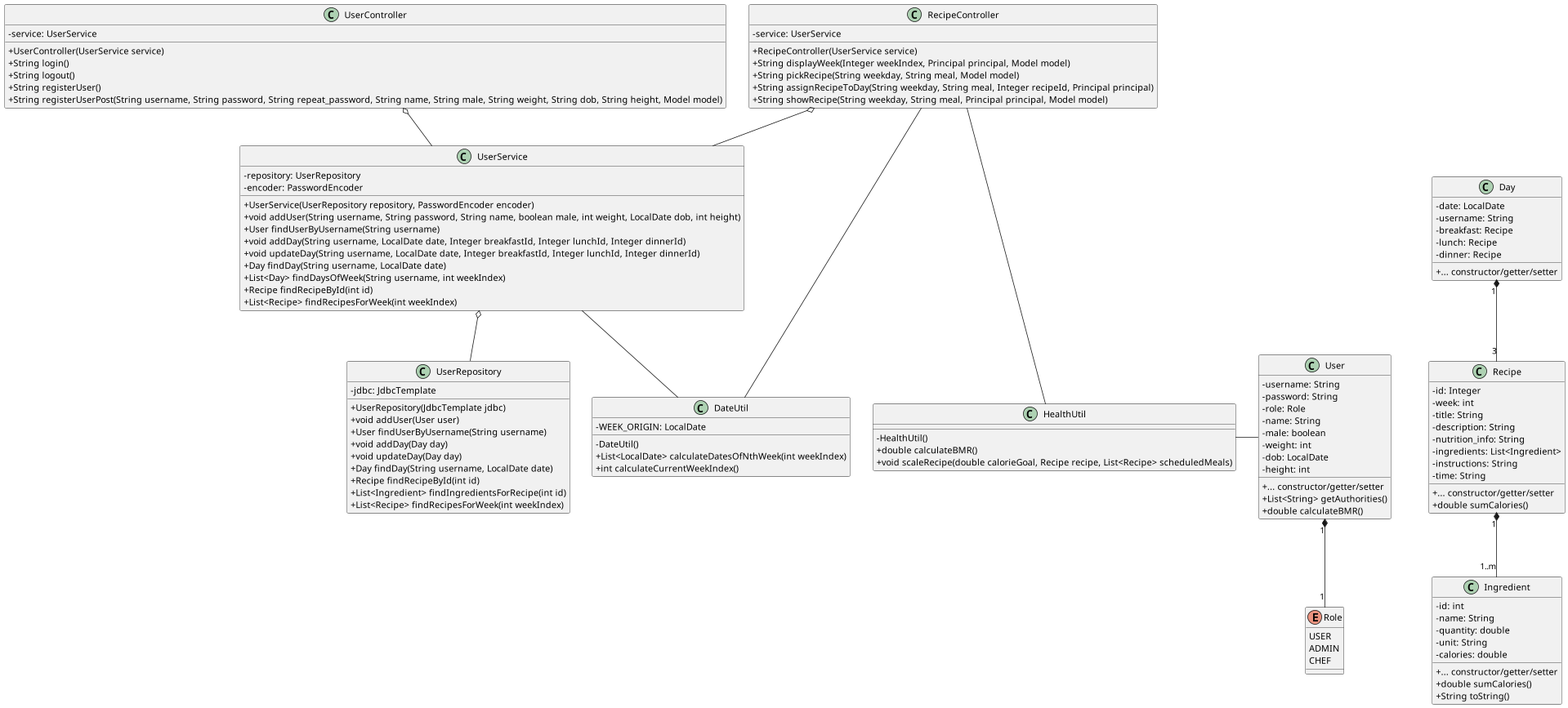
This is diagram/class-diagram.png from sofush/kostplan, a PlantUML export, as it was before one commit.
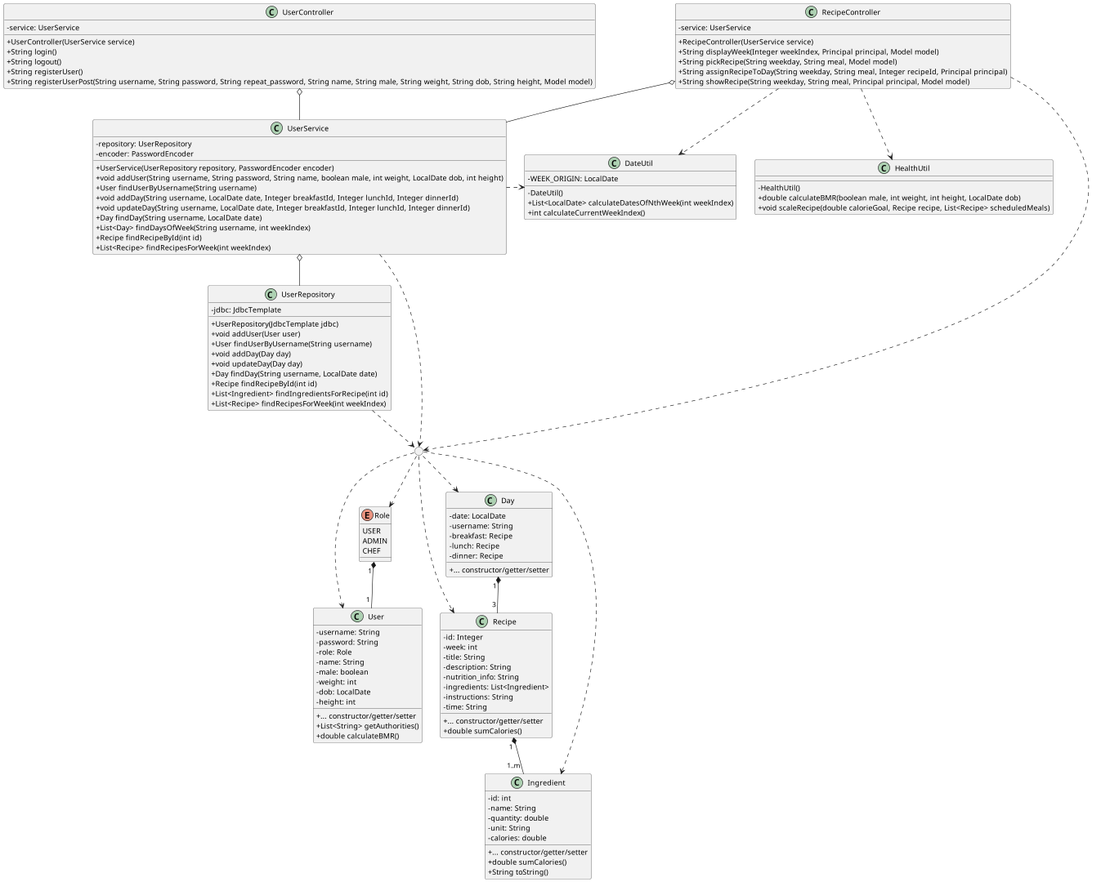
After the change.

Commit message:
docs: fix assocation lines

The edit, as a diff of the source:
```diff
@@ -92,7 +92,7 @@
 }
 class HealthUtil {
 	- HealthUtil()
-	+ double calculateBMR()
+	+ double calculateBMR(boolean male, int weight, int height, LocalDate dob)
 	+ void scaleRecipe(double calorieGoal, Recipe recipe, List<Recipe> scheduledMeals)
 }
 class DateUtil {
@@ -102,18 +102,27 @@
 	+ int calculateCurrentWeekIndex()
 }
 
+circle " " as entities
+
 UserController o-- UserService
 UserService o-- UserRepository
 RecipeController o-- UserService
 
-RecipeController --- DateUtil
-RecipeController --- HealthUtil
-UserService -r-- DateUtil
-HealthUtil -r-- User
+RecipeController ..> DateUtil
+RecipeController ..> HealthUtil
+UserService .r.> DateUtil
 
-User " 1" *-- " 1" Role
-Day " 1" *-- " 3" Recipe
-Recipe " 1" *-- " 1..m" Ingredient
+entities ..> User
+entities ..> Role
+entities ..> Day
+entities ..> Recipe
+entities ..> Ingredient
+Role " 1 " *-- " 1 " User
+Day " 1 " *-- " 3 " Recipe
+Recipe " 1 " *-- " 1..m " Ingredient
+RecipeController ..> entities
+UserService ..> entities
+UserRepository ..> entities
 
 User -r[hidden]-- Recipe
 @enduml
```
